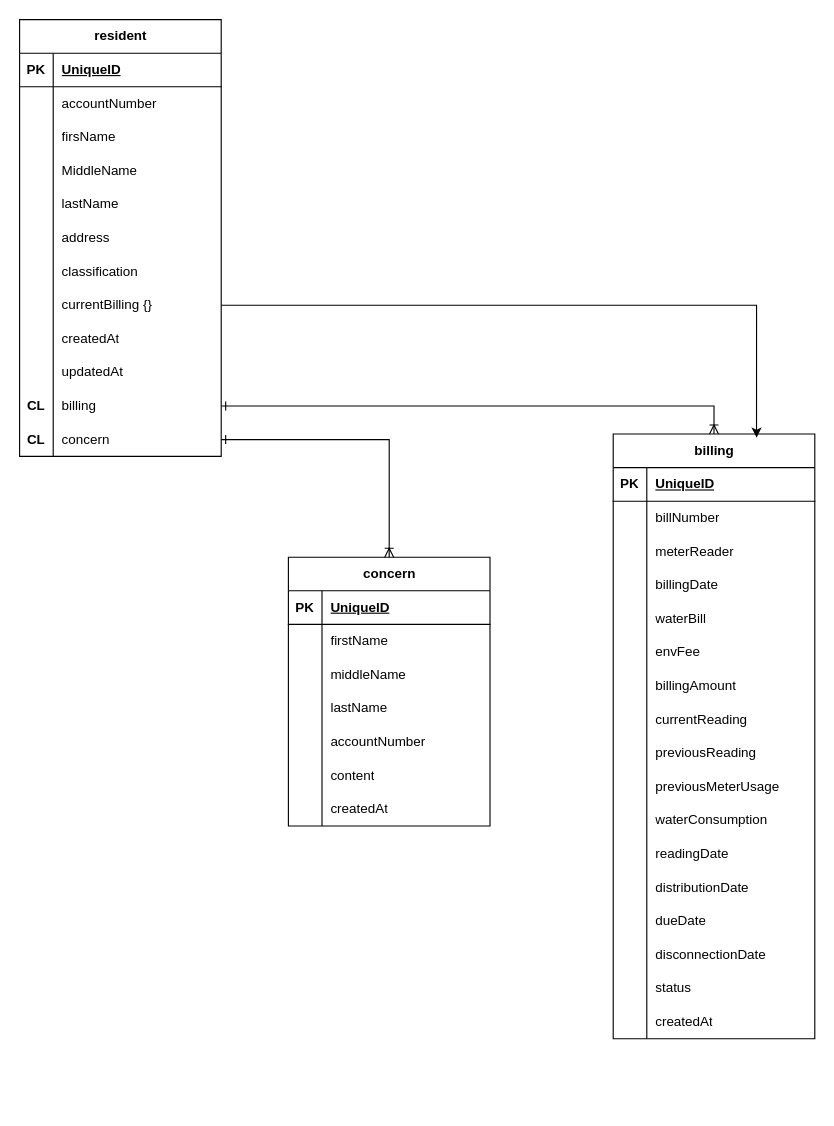
Earlier version of the draw.io diagram docs/cws-erd.drawio (yoyan-dev/calatrava-water-system-vue). Source tidied: cells renumbered, new cells numbered last; positions are measured from the earlier drawing's top-left corner, leaving out a move shared by most shapes. Both pictures are drawn from the tidied source at 112%, with x=0, y=0 at pixel (19, 19).
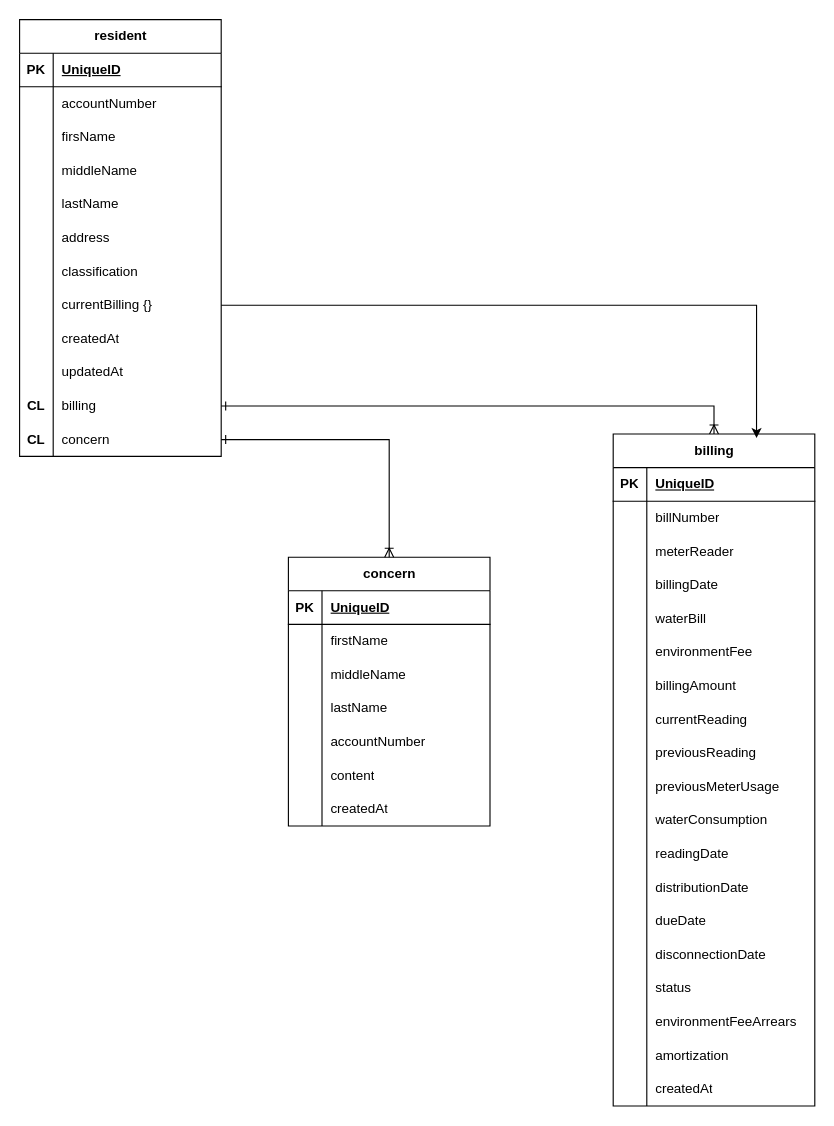
The same page after the edit.

Unchanged cells that the change refers to:
```xml
<mxCell id="12" style="shape=tableRow;horizontal=0;startSize=0;swimlaneHead=0;swimlaneBody=0;fillColor=none;top=0;left=0;right=0;bottom=0;" parent="2" vertex="1">
  <mxGeometry y="120" width="180" height="30" as="geometry" />
</mxCell>
<mxCell id="55" style="shape=tableRow;horizontal=0;startSize=0;swimlaneHead=0;swimlaneBody=0;fillColor=none;top=0;left=0;right=0;bottom=0;" parent="39" vertex="1">
  <mxGeometry y="180" width="180" height="30" as="geometry" />
</mxCell>
```

Change to the diagram source:
```diff
@@
-    <mxCell id="14" value="MiddleName" style="shape=partialRectangle;fillColor=none;top=0;left=0;bottom=0;right=0;align=left;spacingLeft=6;overflow=hidden;whiteSpace=wrap;html=1;" parent="12" vertex="1">
+    <mxCell id="14" value="middleName" style="shape=partialRectangle;fillColor=none;top=0;left=0;bottom=0;right=0;align=left;spacingLeft=6;overflow=hidden;whiteSpace=wrap;html=1;" parent="12" vertex="1">
       <mxGeometry x="30" width="150" height="30" as="geometry" />
     </mxCell>
@@
     <mxCell id="39" value="billing" style="shape=table;startSize=30;childLayout=tableLayout;rowLines=0;fontStyle=1;align=center;html=1;" parent="1" vertex="1">
-      <mxGeometry x="530" y="370" width="180" height="540" as="geometry" />
+      <mxGeometry x="530" y="370" width="180" height="600" as="geometry" />
     </mxCell>
@@
-    <mxCell id="57" value="envFee" style="shape=partialRectangle;fillColor=none;top=0;left=0;bottom=0;right=0;align=left;spacingLeft=6;overflow=hidden;whiteSpace=wrap;html=1;" parent="55" vertex="1">
+    <mxCell id="57" value="environmentFee" style="shape=partialRectangle;fillColor=none;top=0;left=0;bottom=0;right=0;align=left;spacingLeft=6;overflow=hidden;whiteSpace=wrap;html=1;" parent="55" vertex="1">
       <mxGeometry x="30" width="150" height="30" as="geometry" />
     </mxCell>
@@
+    <mxCell id="116" style="shape=tableRow;horizontal=0;startSize=0;swimlaneHead=0;swimlaneBody=0;fillColor=none;top=0;left=0;right=0;bottom=0;" parent="39" vertex="1">
+      <mxGeometry y="510" width="180" height="30" as="geometry" />
+    </mxCell>
+    <mxCell id="117" style="shape=partialRectangle;fillColor=none;top=0;left=0;bottom=0;right=0;overflow=hidden;whiteSpace=wrap;html=1;" parent="116" vertex="1">
+      <mxGeometry width="30" height="30" as="geometry" />
+    </mxCell>
+    <mxCell id="118" value="environmentFeeArrears" style="shape=partialRectangle;fillColor=none;top=0;left=0;bottom=0;right=0;align=left;spacingLeft=6;overflow=hidden;whiteSpace=wrap;html=1;" parent="116" vertex="1">
+      <mxGeometry x="30" width="150" height="30" as="geometry" />
+    </mxCell>
+    <mxCell id="119" style="shape=tableRow;horizontal=0;startSize=0;swimlaneHead=0;swimlaneBody=0;fillColor=none;top=0;left=0;right=0;bottom=0;" parent="39" vertex="1">
+      <mxGeometry y="540" width="180" height="30" as="geometry" />
+    </mxCell>
+    <mxCell id="120" style="shape=partialRectangle;fillColor=none;top=0;left=0;bottom=0;right=0;overflow=hidden;whiteSpace=wrap;html=1;" parent="119" vertex="1">
+      <mxGeometry width="30" height="30" as="geometry" />
+    </mxCell>
+    <mxCell id="121" value="amortization" style="shape=partialRectangle;fillColor=none;top=0;left=0;bottom=0;right=0;align=left;spacingLeft=6;overflow=hidden;whiteSpace=wrap;html=1;" parent="119" vertex="1">
+      <mxGeometry x="30" width="150" height="30" as="geometry" />
+    </mxCell>
     <mxCell id="88" style="shape=tableRow;horizontal=0;startSize=0;swimlaneHead=0;swimlaneBody=0;fillColor=none;top=0;left=0;right=0;bottom=0;" parent="39" vertex="1">
-      <mxGeometry y="510" width="180" height="30" as="geometry" />
+      <mxGeometry y="570" width="180" height="30" as="geometry" />
     </mxCell>
```
